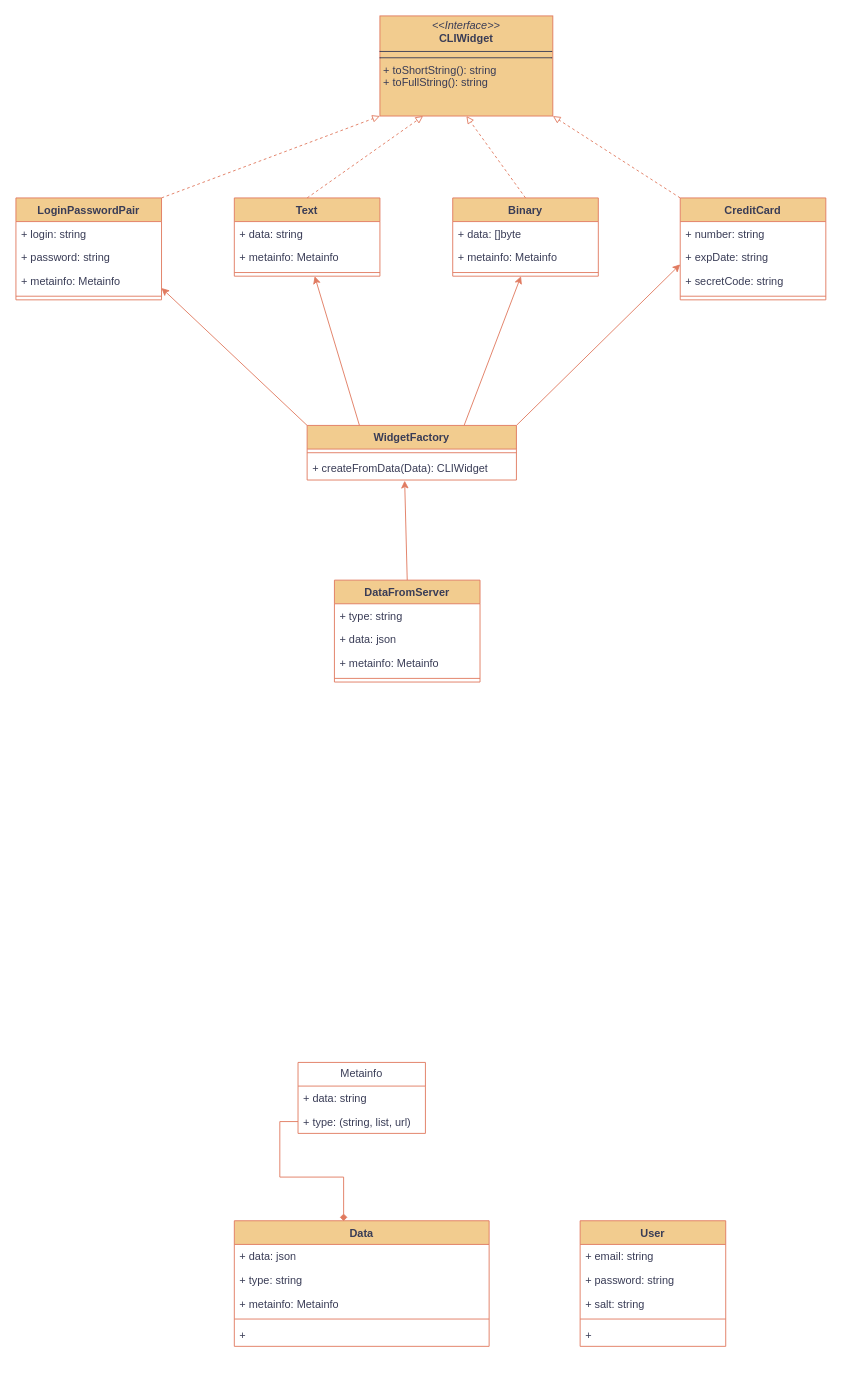
The draw.io diagram page "domain" (2 of 2) of drawio/kanban.drawio in ilya372317/keeper-pass, before the edit. Source tidied: cells renumbered, new cells numbered last; positions are measured from the earlier drawing's top-left corner, leaving out a move shared by most shapes. Both pictures are drawn from the tidied source at 91%, with x=0, y=0 at pixel (15, 15).
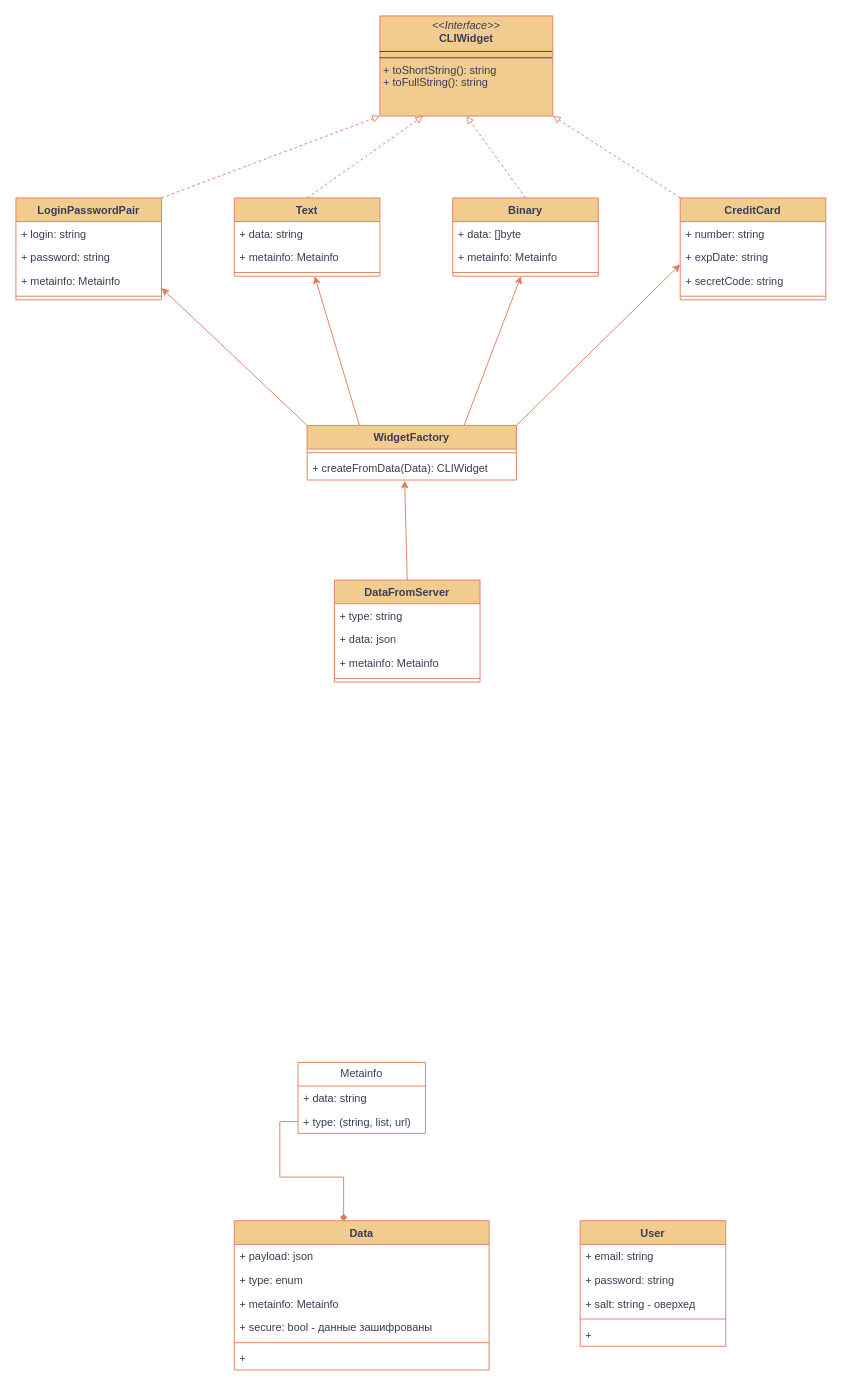
After the change.

Unchanged cells that the change refers to:
```xml
<mxCell id="12" value="User" style="swimlane;fontStyle=1;align=center;verticalAlign=top;horizontal=1;startSize=26;whiteSpace=wrap;html=1;labelBackgroundColor=none;fillColor=#F2CC8F;strokeColor=#E07A5F;fontColor=#393C56;" parent="1" vertex="1">
  <mxGeometry x="620" y="1324" width="160" height="138" as="geometry" />
</mxCell>
```

Diff of the diagram source:
```diff
@@
     <mxCell id="5" value="Data" style="swimlane;fontStyle=1;align=center;verticalAlign=top;horizontal=1;startSize=26;whiteSpace=wrap;html=1;labelBackgroundColor=none;fillColor=#F2CC8F;strokeColor=#E07A5F;fontColor=#393C56;" parent="1" vertex="1">
-      <mxGeometry x="240" y="1324" width="280" height="138" as="geometry" />
+      <mxGeometry x="240" y="1324" width="280" height="164" as="geometry" />
     </mxCell>
-    <mxCell id="6" value="+ data: json" style="text;strokeColor=none;fillColor=none;align=left;verticalAlign=top;spacingLeft=4;spacingRight=4;overflow=hidden;whiteSpace=wrap;html=1;labelBackgroundColor=none;fontColor=#393C56;" parent="5" vertex="1">
+    <mxCell id="6" value="+ payload: json" style="text;strokeColor=none;fillColor=none;align=left;verticalAlign=top;spacingLeft=4;spacingRight=4;overflow=hidden;whiteSpace=wrap;html=1;labelBackgroundColor=none;fontColor=#393C56;" parent="5" vertex="1">
       <mxGeometry y="26" width="280" height="26" as="geometry" />
     </mxCell>
-    <mxCell id="7" value="+ type: string" style="text;strokeColor=none;fillColor=none;align=left;verticalAlign=top;spacingLeft=4;spacingRight=4;overflow=hidden;whiteSpace=wrap;html=1;labelBackgroundColor=none;fontColor=#393C56;" parent="5" vertex="1">
+    <mxCell id="7" value="+ type: enum" style="text;strokeColor=none;fillColor=none;align=left;verticalAlign=top;spacingLeft=4;spacingRight=4;overflow=hidden;whiteSpace=wrap;html=1;labelBackgroundColor=none;fontColor=#393C56;" parent="5" vertex="1">
       <mxGeometry y="52" width="280" height="26" as="geometry" />
     </mxCell>
@@
+    <mxCell id="54" value="+ secure: bool - данные зашифрованы" style="text;strokeColor=none;fillColor=none;align=left;verticalAlign=top;spacingLeft=4;spacingRight=4;overflow=hidden;whiteSpace=wrap;html=1;labelBackgroundColor=none;fontColor=#393C56;" parent="5" vertex="1">
+      <mxGeometry y="104" width="280" height="26" as="geometry" />
+    </mxCell>
     <mxCell id="9" style="line;strokeWidth=1;fillColor=none;align=left;verticalAlign=middle;spacingTop=-1;spacingLeft=3;spacingRight=3;labelPosition=right;strokeColor=#E07A5F;labelBackgroundColor=none;fontColor=#393C56;" parent="5" vertex="1">
-      <mxGeometry y="104" width="280" height="8" as="geometry" />
+      <mxGeometry y="130" width="280" height="8" as="geometry" />
     </mxCell>
     <mxCell id="10" value="+" style="text;strokeColor=none;fillColor=none;align=left;verticalAlign=top;spacingLeft=4;spacingRight=4;overflow=hidden;whiteSpace=wrap;html=1;labelBackgroundColor=none;fontColor=#393C56;" parent="5" vertex="1">
-      <mxGeometry y="112" width="280" height="26" as="geometry" />
+      <mxGeometry y="138" width="280" height="26" as="geometry" />
     </mxCell>
@@
-    <mxCell id="15" value="+ salt: string" style="text;strokeColor=none;fillColor=none;align=left;verticalAlign=top;spacingLeft=4;spacingRight=4;overflow=hidden;whiteSpace=wrap;html=1;labelBackgroundColor=none;fontColor=#393C56;" parent="12" vertex="1">
+    <mxCell id="15" value="+ salt: string - оверхед" style="text;strokeColor=none;fillColor=none;align=left;verticalAlign=top;spacingLeft=4;spacingRight=4;overflow=hidden;whiteSpace=wrap;html=1;labelBackgroundColor=none;fontColor=#393C56;" parent="12" vertex="1">
       <mxGeometry y="78" width="160" height="26" as="geometry" />
     </mxCell>
```
